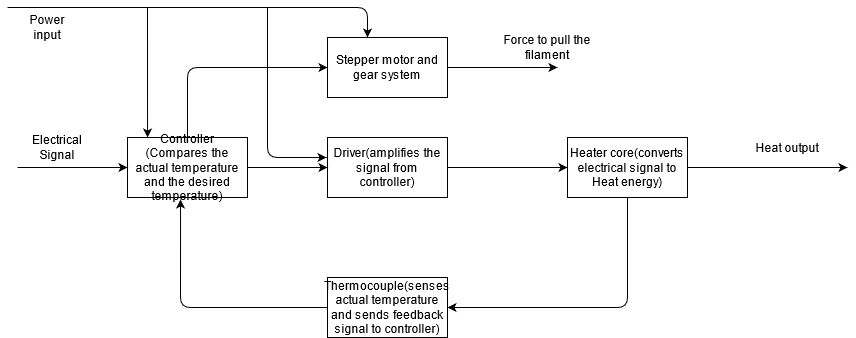
Earlier version of the draw.io export extruder.png (SujitJustineBarwa/justine-pro-1). Source tidied: cells renumbered, new cells last; positions are measured from the earlier drawing's top-left corner, leaving out a move shared by most shapes.
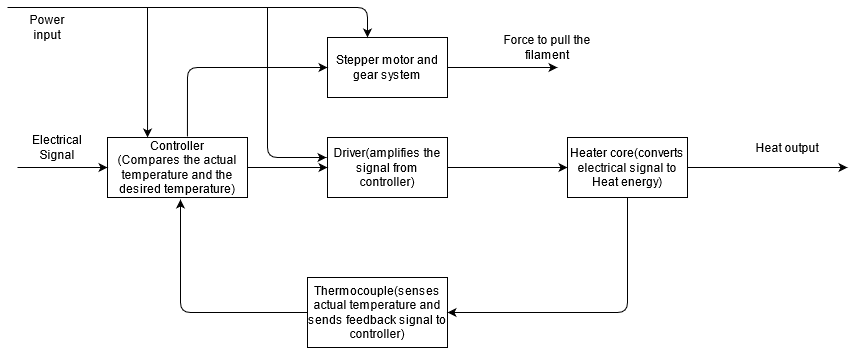
The same file after the commit.

The edit, as a diff of the source:
```diff
@@ -14,7 +14,7 @@
       <mxGeometry relative="1" as="geometry" />
     </mxCell>
     <mxCell id="5" value="&lt;div&gt;Controller&lt;/div&gt;&lt;div&gt;(Compares the actual temperature and the desired temperature)&lt;br&gt;&lt;/div&gt;" style="rounded=0;whiteSpace=wrap;html=1;" parent="1" vertex="1">
-      <mxGeometry x="120" y="130" width="120" height="60" as="geometry" />
+      <mxGeometry x="100" y="130" width="140" height="60" as="geometry" />
     </mxCell>
     <mxCell id="6" style="edgeStyle=orthogonalEdgeStyle;rounded=0;jettySize=auto;html=1;" parent="1" edge="1" source="7">
       <mxGeometry relative="1" as="geometry">
@@ -30,19 +30,20 @@
       </mxGeometry>
     </mxCell>
     <mxCell id="9" value="Thermocouple(senses actual temperature and sends feedback signal to controller)" style="rounded=0;whiteSpace=wrap;html=1;" parent="1" vertex="1">
-      <mxGeometry x="320" y="270" width="120" height="60" as="geometry" />
+      <mxGeometry x="300" y="270" width="140" height="70" as="geometry" />
     </mxCell>
     <mxCell id="10" style="endArrow=classic;html=1;entryX=1;entryY=0.5;entryDx=0;entryDy=0;exitX=0.5;exitY=1;exitDx=0;exitDy=0;" parent="1" edge="1" source="7" target="9">
       <mxGeometry relative="1" as="geometry">
         <Array as="points">
-          <mxPoint x="620" y="300" />
+          <mxPoint x="620" y="305" />
         </Array>
       </mxGeometry>
     </mxCell>
-    <mxCell id="11" style="endArrow=classic;html=1;exitX=0;exitY=0.5;exitDx=0;exitDy=0;entryX=0.442;entryY=1.033;entryDx=0;entryDy=0;entryPerimeter=0;" parent="1" edge="1" source="9" target="5">
+    <mxCell id="11" style="endArrow=classic;html=1;exitX=0;exitY=0.5;exitDx=0;exitDy=0;" parent="1" edge="1" source="9">
       <mxGeometry relative="1" as="geometry">
+        <mxPoint x="173" y="192" as="targetPoint" />
         <Array as="points">
-          <mxPoint x="173" y="300" />
+          <mxPoint x="173" y="305" />
         </Array>
       </mxGeometry>
     </mxCell>
@@ -54,7 +55,7 @@
     <mxCell id="13" value="Stepper motor and gear system" style="rounded=0;whiteSpace=wrap;html=1;" parent="1" vertex="1">
       <mxGeometry x="320" y="30" width="120" height="60" as="geometry" />
     </mxCell>
-    <mxCell id="14" style="endArrow=classic;html=1;exitX=0.5;exitY=0;exitDx=0;exitDy=0;entryX=0;entryY=0.5;entryDx=0;entryDy=0;" parent="1" edge="1" source="5" target="13">
+    <mxCell id="14" style="endArrow=classic;html=1;exitX=0.571;exitY=-0.017;exitDx=0;exitDy=0;entryX=0;entryY=0.5;entryDx=0;entryDy=0;exitPerimeter=0;" parent="1" edge="1" source="5" target="13">
       <mxGeometry relative="1" as="geometry">
         <Array as="points">
           <mxPoint x="180" y="60" />
@@ -81,7 +82,7 @@
     <mxCell id="18" value="Force to pull the filament" style="text;html=1;strokeColor=none;fillColor=none;align=center;verticalAlign=middle;whiteSpace=wrap;rounded=0;" parent="1" vertex="1">
       <mxGeometry x="490" y="30" width="100" height="20" as="geometry" />
     </mxCell>
-    <mxCell id="19" style="endArrow=classic;html=1;entryX=0.167;entryY=0;entryDx=0;entryDy=0;entryPerimeter=0;" parent="1" edge="1" target="5">
+    <mxCell id="19" style="endArrow=classic;html=1;entryX=0.286;entryY=0;entryDx=0;entryDy=0;entryPerimeter=0;" parent="1" edge="1" target="5">
       <mxGeometry relative="1" as="geometry">
         <mxPoint x="140" as="sourcePoint" />
       </mxGeometry>
```
